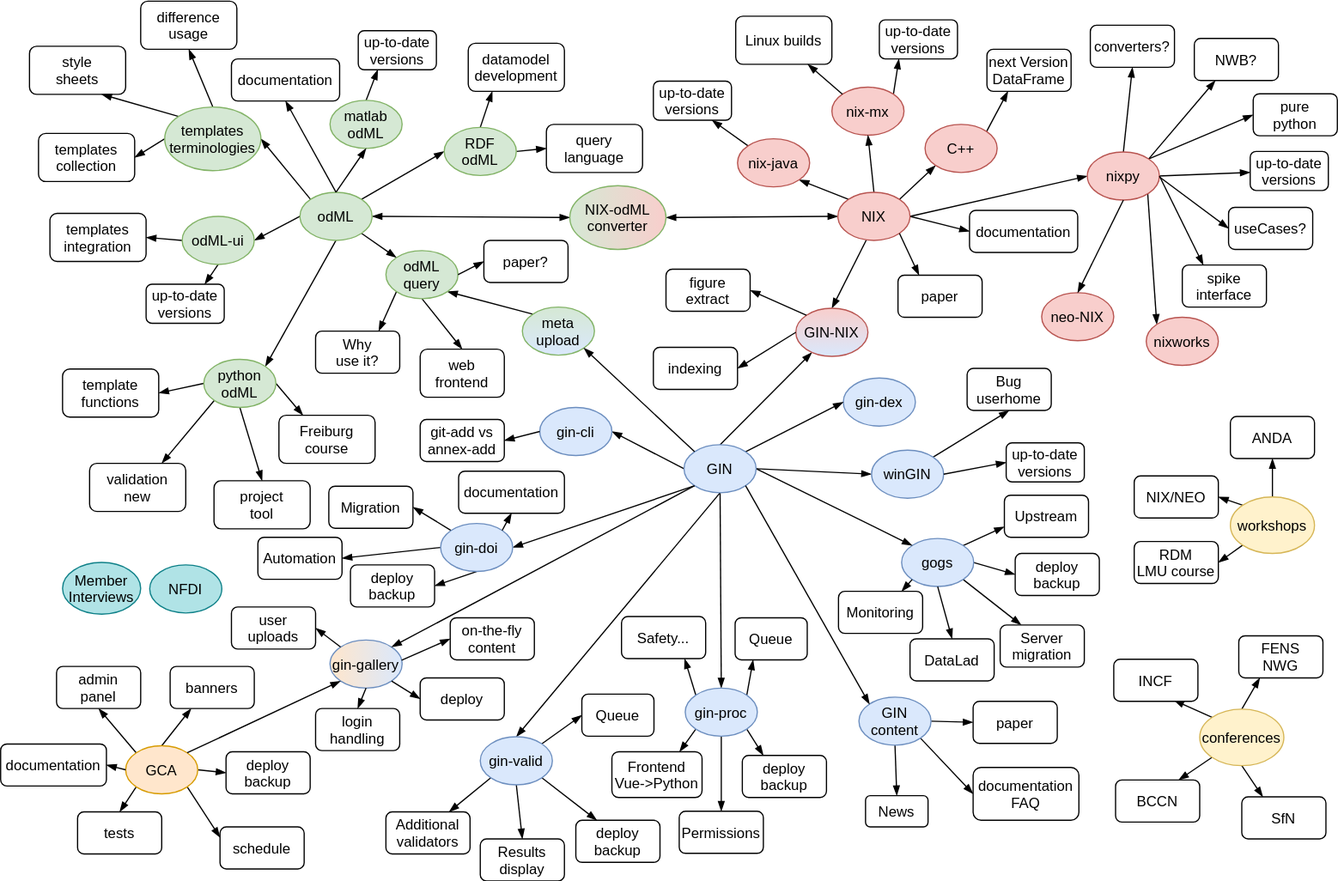
Above: projects_overview/G-Node_project_map.svg in mpsonntag/prodoc (draw.io), before the change. Source tidied: cells renumbered, new cells last; positions are measured from the earlier drawing's top-left corner, leaving out a move shared by most shapes.
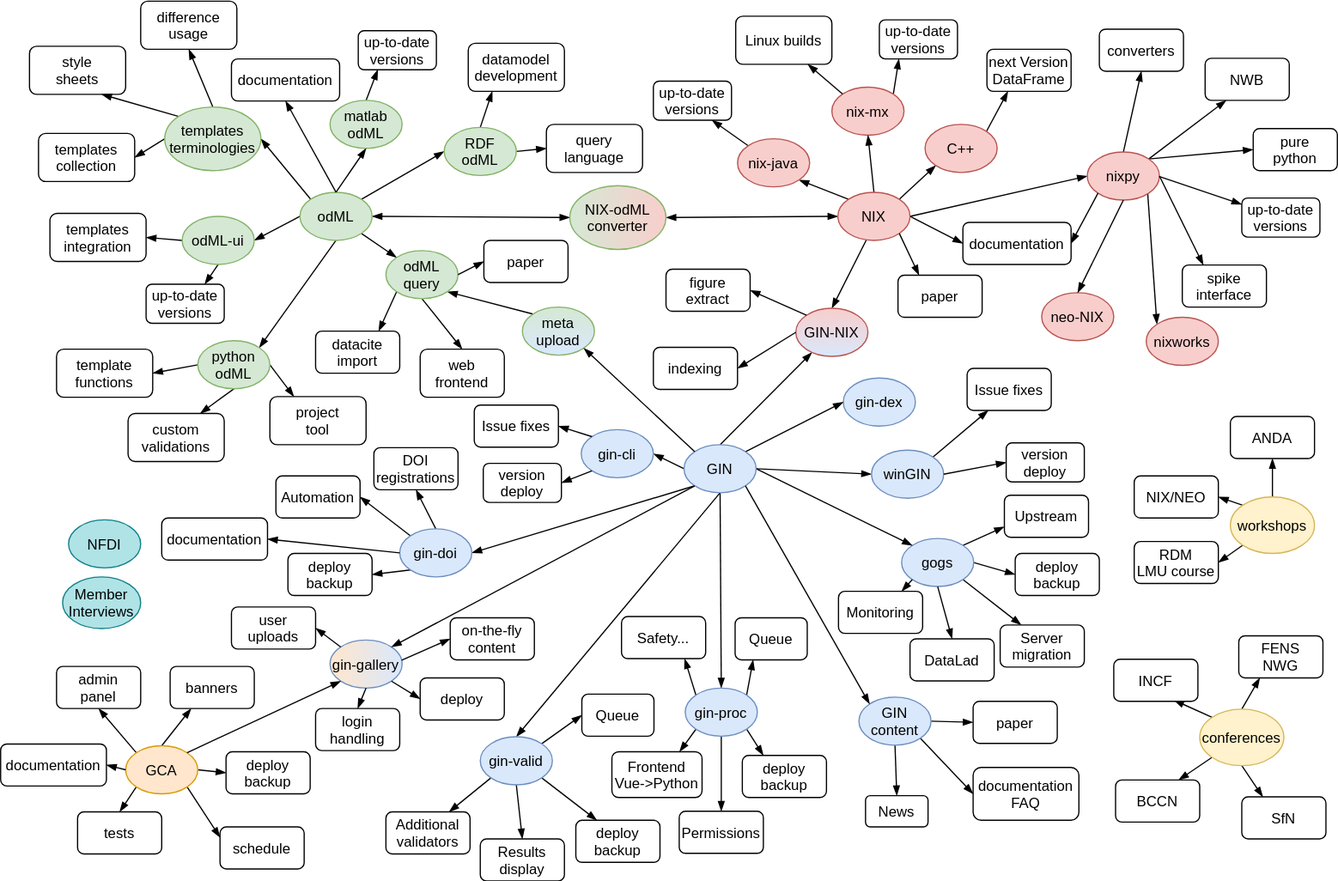
Later version of the same file.

Commit message:
[projects/overview] Update labels

What changed in the source:
```diff
@@ -58,11 +58,6 @@
         <mxPoint x="963" y="145" as="sourcePoint" />
       </mxGeometry>
     </mxCell>
-    <mxCell id="20" style="edgeStyle=none;rounded=0;jettySize=auto;exitX=1;exitY=0.5;exitDx=0;exitDy=0;entryX=0;entryY=0.5;entryDx=0;entryDy=0;endArrow=blockThin;endFill=1;" parent="1" edge="1" target="28">
-      <mxGeometry relative="1" as="geometry">
-        <mxPoint x="963" y="145" as="sourcePoint" />
-      </mxGeometry>
-    </mxCell>
     <mxCell id="21" style="edgeStyle=none;rounded=0;jettySize=auto;exitX=0.5;exitY=0;exitDx=0;exitDy=0;entryX=0.5;entryY=1;entryDx=0;entryDy=0;endArrow=blockThin;endFill=1;" parent="1" edge="1" source="23" target="30">
       <mxGeometry relative="1" as="geometry" />
     </mxCell>
@@ -75,28 +70,25 @@
       <mxGeometry x="904" y="125" width="60" height="40" as="geometry" />
     </mxCell>
     <mxCell id="24" value="up-to-date&#10;versions" style="rounded=1;" parent="1" vertex="1">
-      <mxGeometry x="1039.5" y="124.5" width="65" height="32.5" as="geometry" />
+      <mxGeometry x="1032.5" y="163.2" width="65" height="32.5" as="geometry" />
     </mxCell>
     <mxCell id="25" value="pure&#10;python" style="rounded=1;" parent="1" vertex="1">
-      <mxGeometry x="1042" y="76.5" width="70" height="35" as="geometry" />
+      <mxGeometry x="1042" y="105.5" width="70" height="35" as="geometry" />
     </mxCell>
-    <mxCell id="26" value="NWB?" style="rounded=1;" parent="1" vertex="1">
-      <mxGeometry x="993" y="30.5" width="70" height="35" as="geometry" />
+    <mxCell id="26" value="NWB" style="rounded=1;" parent="1" vertex="1">
+      <mxGeometry x="1002" y="47" width="70" height="35" as="geometry" />
     </mxCell>
     <mxCell id="27" value="paper" style="rounded=1;" parent="1" vertex="1">
       <mxGeometry x="746.5" y="227.5" width="70" height="35" as="geometry" />
     </mxCell>
-    <mxCell id="28" value="useCases?" style="rounded=1;" parent="1" vertex="1">
-      <mxGeometry x="1021.5" y="171" width="70" height="35" as="geometry" />
-    </mxCell>
     <mxCell id="29" value="next Version&#10;DataFrame" style="rounded=1;" parent="1" vertex="1">
       <mxGeometry x="820.5" y="39.5" width="70" height="35" as="geometry" />
     </mxCell>
-    <mxCell id="30" value="converters?" style="rounded=1;" parent="1" vertex="1">
-      <mxGeometry x="906.5" y="19.5" width="70" height="35" as="geometry" />
+    <mxCell id="30" value="converters" style="rounded=1;" parent="1" vertex="1">
+      <mxGeometry x="914" y="22.8" width="70" height="35" as="geometry" />
     </mxCell>
     <mxCell id="31" value="documentation" style="rounded=1;" parent="1" vertex="1">
-      <mxGeometry x="806" y="173.5" width="90" height="35" as="geometry" />
+      <mxGeometry x="800.5" y="183.5" width="90" height="35" as="geometry" />
     </mxCell>
     <mxCell id="32" value="gin-dex" style="ellipse;fillColor=#dae8fc;strokeColor=#6c8ebf;" parent="1" vertex="1">
       <mxGeometry x="701" y="313" width="60" height="40" as="geometry" />
@@ -156,19 +148,19 @@
       <mxGeometry x="769" y="102" width="60" height="40" as="geometry" />
     </mxCell>
     <mxCell id="51" value="gin-cli" style="ellipse;fillColor=#dae8fc;strokeColor=#6c8ebf;" parent="1" vertex="1">
-      <mxGeometry x="448.5" y="337.5" width="60" height="40" as="geometry" />
+      <mxGeometry x="483" y="356" width="60" height="40" as="geometry" />
     </mxCell>
-    <mxCell id="52" style="edgeStyle=none;rounded=0;jettySize=auto;exitX=0;exitY=0.5;exitDx=0;exitDy=0;entryX=1;entryY=0.5;entryDx=0;entryDy=0;endArrow=blockThin;endFill=1;" parent="1" edge="1" source="55" target="150">
+    <mxCell id="52" style="edgeStyle=none;rounded=0;jettySize=auto;exitX=0;exitY=0;exitDx=0;exitDy=0;entryX=1;entryY=0.5;entryDx=0;entryDy=0;endArrow=blockThin;endFill=1;" parent="1" edge="1" source="55" target="150">
       <mxGeometry relative="1" as="geometry" />
     </mxCell>
-    <mxCell id="53" style="edgeStyle=none;rounded=0;jettySize=auto;exitX=0;exitY=0;exitDx=0;exitDy=0;entryX=1;entryY=0.5;entryDx=0;entryDy=0;endArrow=blockThin;endFill=1;" parent="1" edge="1" source="55" target="151">
+    <mxCell id="53" style="edgeStyle=none;rounded=0;jettySize=auto;exitX=0.5;exitY=0;exitDx=0;exitDy=0;entryX=0.5;entryY=1;entryDx=0;entryDy=0;endArrow=blockThin;endFill=1;" parent="1" edge="1" source="55" target="151">
       <mxGeometry relative="1" as="geometry" />
     </mxCell>
-    <mxCell id="54" style="edgeStyle=none;rounded=0;jettySize=auto;exitX=0.5;exitY=1;exitDx=0;exitDy=0;entryX=1;entryY=0.5;entryDx=0;entryDy=0;endArrow=blockThin;endFill=1;" parent="1" edge="1" source="55" target="126">
+    <mxCell id="54" style="edgeStyle=none;rounded=0;jettySize=auto;exitX=0;exitY=1;exitDx=0;exitDy=0;entryX=1;entryY=0.5;entryDx=0;entryDy=0;endArrow=blockThin;endFill=1;" parent="1" edge="1" source="55" target="126">
       <mxGeometry relative="1" as="geometry" />
     </mxCell>
     <mxCell id="55" value="gin-doi" style="ellipse;fillColor=#dae8fc;strokeColor=#6c8ebf;" parent="1" vertex="1">
-      <mxGeometry x="366" y="434" width="60" height="40" as="geometry" />
+      <mxGeometry x="332" y="438.5" width="60" height="40" as="geometry" />
     </mxCell>
     <mxCell id="56" style="edgeStyle=none;rounded=0;jettySize=auto;exitX=1;exitY=0;exitDx=0;exitDy=0;entryX=0;entryY=0.5;entryDx=0;entryDy=0;endArrow=blockThin;endFill=1;" parent="1" edge="1" source="60" target="144">
       <mxGeometry relative="1" as="geometry" />
@@ -230,17 +222,14 @@
     <mxCell id="75" style="edgeStyle=none;rounded=0;jettySize=auto;exitX=0;exitY=0.5;exitDx=0;exitDy=0;startArrow=none;startFill=0;endArrow=blockThin;endFill=1;entryX=1;entryY=0.5;entryDx=0;entryDy=0;" parent="1" edge="1" source="79" target="96">
       <mxGeometry relative="1" as="geometry" />
     </mxCell>
-    <mxCell id="76" style="edgeStyle=none;rounded=0;jettySize=auto;exitX=0;exitY=1;exitDx=0;exitDy=0;entryX=0.75;entryY=0;entryDx=0;entryDy=0;startArrow=none;startFill=0;endArrow=blockThin;endFill=1;" parent="1" edge="1" source="79" target="95">
+    <mxCell id="76" style="edgeStyle=none;rounded=0;jettySize=auto;exitX=0.5;exitY=1;exitDx=0;exitDy=0;entryX=0.75;entryY=0;entryDx=0;entryDy=0;startArrow=none;startFill=0;endArrow=blockThin;endFill=1;" parent="1" edge="1" source="79" target="95">
       <mxGeometry relative="1" as="geometry" />
     </mxCell>
-    <mxCell id="77" style="edgeStyle=none;rounded=0;jettySize=auto;entryX=0.5;entryY=0;entryDx=0;entryDy=0;startArrow=none;startFill=0;endArrow=blockThin;endFill=1;exitX=0.5;exitY=1;exitDx=0;exitDy=0;" parent="1" edge="1" source="79" target="94">
+    <mxCell id="77" style="edgeStyle=none;rounded=0;jettySize=auto;entryX=0.25;entryY=0;entryDx=0;entryDy=0;startArrow=none;startFill=0;endArrow=blockThin;endFill=1;exitX=1;exitY=0.5;exitDx=0;exitDy=0;" parent="1" edge="1" source="79" target="94">
       <mxGeometry relative="1" as="geometry" />
     </mxCell>
-    <mxCell id="78" style="edgeStyle=none;rounded=0;jettySize=auto;exitX=1;exitY=0.5;exitDx=0;exitDy=0;entryX=0.25;entryY=0;entryDx=0;entryDy=0;startArrow=none;startFill=0;endArrow=blockThin;endFill=1;" parent="1" edge="1" source="79" target="160">
-      <mxGeometry relative="1" as="geometry" />
-    </mxCell>
     <mxCell id="79" value="python&#10;odML" style="ellipse;fillColor=#d5e8d4;strokeColor=#82b366;" parent="1" vertex="1">
-      <mxGeometry x="169" y="297.5" width="60" height="40" as="geometry" />
+      <mxGeometry x="164" y="282" width="60" height="40" as="geometry" />
     </mxCell>
     <mxCell id="80" style="edgeStyle=none;rounded=0;jettySize=auto;exitX=0.5;exitY=0;exitDx=0;exitDy=0;entryX=0.25;entryY=1;entryDx=0;entryDy=0;startArrow=none;startFill=0;endArrow=blockThin;endFill=1;" parent="1" edge="1" source="81" target="158">
       <mxGeometry relative="1" as="geometry" />
@@ -285,13 +274,13 @@
       <mxGeometry x="24" y="37" width="80" height="40" as="geometry" />
     </mxCell>
     <mxCell id="94" value="project&#10;tool" style="rounded=1;" parent="1" vertex="1">
-      <mxGeometry x="177.5" y="398.5" width="80" height="40" as="geometry" />
+      <mxGeometry x="224" y="328.5" width="80" height="40" as="geometry" />
     </mxCell>
-    <mxCell id="95" value="validation&#10;new" style="rounded=1;" parent="1" vertex="1">
-      <mxGeometry x="74" y="384" width="80" height="40" as="geometry" />
+    <mxCell id="95" value="custom&#10;validations" style="rounded=1;" parent="1" vertex="1">
+      <mxGeometry x="106" y="342.5" width="80" height="40" as="geometry" />
     </mxCell>
     <mxCell id="96" value="template&#10;functions" style="rounded=1;" parent="1" vertex="1">
-      <mxGeometry x="51.5" y="305.5" width="80" height="40" as="geometry" />
+      <mxGeometry x="46.5" y="289" width="80" height="40" as="geometry" />
     </mxCell>
     <mxCell id="97" style="edgeStyle=none;rounded=0;jettySize=auto;exitX=0.5;exitY=0;exitDx=0;exitDy=0;entryX=0.5;entryY=1;entryDx=0;entryDy=0;endArrow=blockThin;endFill=1;" parent="1" edge="1" source="74" target="81">
       <mxGeometry relative="1" as="geometry" />
@@ -321,7 +310,7 @@
       <mxGeometry x="151" y="178.5" width="60" height="40" as="geometry" />
     </mxCell>
     <mxCell id="106" value="NFDI" style="ellipse;fillColor=#b0e3e6;strokeColor=#0e8088;" parent="1" vertex="1">
-      <mxGeometry x="124" y="468.5" width="60" height="40" as="geometry" />
+      <mxGeometry x="56.5" y="431" width="60" height="40" as="geometry" />
     </mxCell>
     <mxCell id="107" style="edgeStyle=none;rounded=0;jettySize=auto;exitX=0.5;exitY=0;exitDx=0;exitDy=0;entryX=0.25;entryY=1;entryDx=0;entryDy=0;endArrow=blockThin;endFill=1;" parent="1" edge="1" source="111" target="132">
       <mxGeometry relative="1" as="geometry" />
@@ -381,7 +370,7 @@
       <mxGeometry x="844" y="459" width="70" height="35" as="geometry" />
     </mxCell>
     <mxCell id="126" value="deploy&#10;backup" style="rounded=1;" parent="1" vertex="1">
-      <mxGeometry x="291" y="468.5" width="70" height="35" as="geometry" />
+      <mxGeometry x="239" y="459" width="70" height="35" as="geometry" />
     </mxCell>
     <mxCell id="127" value="deploy&#10;backup" style="rounded=1;" parent="1" vertex="1">
       <mxGeometry x="478.5" y="681" width="70" height="35" as="geometry" />
@@ -420,15 +409,15 @@
       <mxGeometry x="943" y="449" width="70" height="35" as="geometry" />
     </mxCell>
     <mxCell id="139" value="Member&#10;Interviews" style="ellipse;fillColor=#b0e3e6;strokeColor=#0e8088;spacing=0;" parent="1" vertex="1">
-      <mxGeometry x="51.5" y="466.5" width="65" height="43" as="geometry" />
+      <mxGeometry x="51.5" y="478.5" width="65" height="43" as="geometry" />
     </mxCell>
-    <mxCell id="140" style="edgeStyle=none;rounded=0;jettySize=auto;exitX=1;exitY=0;exitDx=0;exitDy=0;entryX=0.5;entryY=1;entryDx=0;entryDy=0;endArrow=blockThin;endFill=1;" parent="1" edge="1" source="141" target="142">
+    <mxCell id="140" style="edgeStyle=none;rounded=0;jettySize=auto;exitX=1;exitY=0;exitDx=0;exitDy=0;entryX=0.25;entryY=1;entryDx=0;entryDy=0;endArrow=blockThin;endFill=1;" parent="1" edge="1" source="141" target="142">
       <mxGeometry relative="1" as="geometry" />
     </mxCell>
     <mxCell id="141" value="winGIN" style="ellipse;fillColor=#dae8fc;strokeColor=#6c8ebf;" parent="1" vertex="1">
       <mxGeometry x="724.5" y="373" width="60" height="40" as="geometry" />
     </mxCell>
-    <mxCell id="142" value="Bug&#10;userhome" style="rounded=1;" parent="1" vertex="1">
+    <mxCell id="142" value="Issue fixes" style="rounded=1;" parent="1" vertex="1">
       <mxGeometry x="804" y="305" width="70" height="35" as="geometry" />
     </mxCell>
     <mxCell id="143" value="Queue" style="rounded=1;" parent="1" vertex="1">
@@ -449,14 +438,14 @@
     <mxCell id="148" value="Results&#10;display" style="rounded=1;" parent="1" vertex="1">
       <mxGeometry x="399" y="696.5" width="70" height="35" as="geometry" />
     </mxCell>
-    <mxCell id="149" value="Why&#10;use it?" style="rounded=1;" parent="1" vertex="1">
+    <mxCell id="149" value="datacite&#10;import" style="rounded=1;" parent="1" vertex="1">
       <mxGeometry x="262" y="274" width="70" height="35" as="geometry" />
     </mxCell>
     <mxCell id="150" value="Automation" style="rounded=1;" parent="1" vertex="1">
-      <mxGeometry x="214" y="445.5" width="70" height="35" as="geometry" />
+      <mxGeometry x="229" y="394.5" width="70" height="35" as="geometry" />
     </mxCell>
-    <mxCell id="151" value="Migration" style="rounded=1;" parent="1" vertex="1">
-      <mxGeometry x="273" y="403" width="70" height="35" as="geometry" />
+    <mxCell id="151" value="DOI&#10;registrations" style="rounded=1;" parent="1" vertex="1">
+      <mxGeometry x="310.5" y="371" width="70" height="35" as="geometry" />
     </mxCell>
     <mxCell id="152" value="Upstream" style="rounded=1;" parent="1" vertex="1">
       <mxGeometry x="835" y="410.5" width="70" height="35" as="geometry" />
@@ -482,9 +471,6 @@
     <mxCell id="159" value="difference&#10;usage" style="rounded=1;" parent="1" vertex="1">
       <mxGeometry x="116.5" y="-0.5" width="80" height="40" as="geometry" />
     </mxCell>
-    <mxCell id="160" value="Freiburg&#10;course" style="rounded=1;" parent="1" vertex="1">
-      <mxGeometry x="231.5" y="344" width="80" height="40" as="geometry" />
-    </mxCell>
     <mxCell id="161" value="up-to-date&#10;versions" style="rounded=1;" parent="1" vertex="1">
       <mxGeometry x="121" y="235" width="65" height="32.5" as="geometry" />
     </mxCell>
@@ -497,10 +483,7 @@
     <mxCell id="164" style="edgeStyle=none;rounded=0;jettySize=auto;exitX=0.5;exitY=1;exitDx=0;exitDy=0;entryX=0.5;entryY=0;entryDx=0;entryDy=0;endArrow=blockThin;endFill=1;" parent="1" edge="1" source="23" target="163">
       <mxGeometry relative="1" as="geometry" />
     </mxCell>
-    <mxCell id="165" value="git-add vs&#10;annex-add" style="rounded=1;" parent="1" vertex="1">
-      <mxGeometry x="349" y="347.5" width="70" height="35" as="geometry" />
-    </mxCell>
-    <mxCell id="166" style="edgeStyle=none;rounded=0;jettySize=auto;exitX=0;exitY=0.5;exitDx=0;exitDy=0;entryX=1;entryY=0.5;entryDx=0;entryDy=0;endArrow=blockThin;endFill=1;" parent="1" edge="1" source="51" target="165">
+    <mxCell id="166" style="edgeStyle=none;rounded=0;jettySize=auto;exitX=0;exitY=0;exitDx=0;exitDy=0;entryX=1;entryY=0.5;entryDx=0;entryDy=0;endArrow=blockThin;endFill=1;" parent="1" edge="1" source="51" target="204">
       <mxGeometry relative="1" as="geometry" />
     </mxCell>
     <mxCell id="167" value="DataLad" style="rounded=1;" parent="1" vertex="1">
@@ -533,7 +516,7 @@
     <mxCell id="176" style="edgeStyle=none;rounded=0;jettySize=auto;exitX=0;exitY=0.5;exitDx=0;exitDy=0;entryX=1;entryY=0.5;entryDx=0;entryDy=0;endArrow=blockThin;endFill=1;" parent="1" edge="1" source="173" target="174">
       <mxGeometry relative="1" as="geometry" />
     </mxCell>
-    <mxCell id="177" value="up-to-date&#10;versions" style="rounded=1;" parent="1" vertex="1">
+    <mxCell id="177" value="version&#10;deploy" style="rounded=1;" parent="1" vertex="1">
       <mxGeometry x="836.5" y="367" width="65" height="32.5" as="geometry" />
     </mxCell>
     <mxCell id="178" style="edgeStyle=none;rounded=0;jettySize=auto;exitX=1;exitY=0.5;exitDx=0;exitDy=0;entryX=0;entryY=0.5;entryDx=0;entryDy=0;endArrow=blockThin;endFill=1;" parent="1" edge="1" source="141" target="177">
@@ -545,7 +528,7 @@
     <mxCell id="180" value="nixworks" style="ellipse;fillColor=#f8cecc;strokeColor=#b85450;" parent="1" vertex="1">
       <mxGeometry x="953" y="262.5" width="60" height="40" as="geometry" />
     </mxCell>
-    <mxCell id="181" value="paper?" style="rounded=1;" parent="1" vertex="1">
+    <mxCell id="181" value="paper" style="rounded=1;" parent="1" vertex="1">
       <mxGeometry x="402" y="198.5" width="70" height="35" as="geometry" />
     </mxCell>
     <mxCell id="182" style="edgeStyle=none;rounded=0;jettySize=auto;exitX=1;exitY=0.5;exitDx=0;exitDy=0;entryX=0;entryY=0.5;entryDx=0;entryDy=0;startArrow=none;startFill=0;endArrow=blockThin;endFill=1;" parent="1" edge="1" source="88" target="181">
@@ -603,9 +586,9 @@
       <mxGeometry relative="1" as="geometry" />
     </mxCell>
     <mxCell id="200" value="documentation" style="rounded=1;" parent="1" vertex="1">
-      <mxGeometry x="381" y="390.5" width="88" height="35" as="geometry" />
+      <mxGeometry x="134" y="429.5" width="88" height="35" as="geometry" />
     </mxCell>
-    <mxCell id="201" style="edgeStyle=none;rounded=0;jettySize=auto;exitX=1;exitY=0;exitDx=0;exitDy=0;entryX=0.5;entryY=1;entryDx=0;entryDy=0;endArrow=blockThin;endFill=1;" parent="1" edge="1" source="55" target="200">
+    <mxCell id="201" style="edgeStyle=none;rounded=0;jettySize=auto;exitX=0;exitY=0.5;exitDx=0;exitDy=0;entryX=1;entryY=0.5;entryDx=0;entryDy=0;endArrow=blockThin;endFill=1;" parent="1" edge="1" source="55" target="200">
       <mxGeometry relative="1" as="geometry" />
     </mxCell>
     <mxCell id="202" value="documentation" style="rounded=1;" parent="1" vertex="1">
@@ -614,5 +597,17 @@
     <mxCell id="203" style="edgeStyle=none;rounded=0;jettySize=auto;exitX=0.5;exitY=0;exitDx=0;exitDy=0;entryX=0.5;entryY=1;entryDx=0;entryDy=0;startArrow=none;startFill=0;endArrow=blockThin;endFill=1;" parent="1" edge="1" source="74" target="202">
       <mxGeometry relative="1" as="geometry" />
     </mxCell>
+    <mxCell id="204" value="Issue fixes" style="rounded=1;" parent="1" vertex="1">
+      <mxGeometry x="394" y="335.5" width="70" height="35" as="geometry" />
+    </mxCell>
+    <mxCell id="205" value="version&#10;deploy" style="rounded=1;" parent="1" vertex="1">
+      <mxGeometry x="401.5" y="384" width="65" height="32.5" as="geometry" />
+    </mxCell>
+    <mxCell id="206" style="edgeStyle=none;rounded=0;jettySize=auto;exitX=0;exitY=1;exitDx=0;exitDy=0;entryX=1;entryY=0.5;entryDx=0;entryDy=0;endArrow=blockThin;endFill=1;" parent="1" edge="1" source="51" target="205">
+      <mxGeometry relative="1" as="geometry" />
+    </mxCell>
+    <mxCell id="207" style="edgeStyle=none;rounded=0;jettySize=auto;exitX=0;exitY=1;exitDx=0;exitDy=0;entryX=1;entryY=0.5;entryDx=0;entryDy=0;endArrow=blockThin;endFill=1;" parent="1" edge="1" source="23" target="31">
+      <mxGeometry relative="1" as="geometry" />
+    </mxCell>
   </root>
 </mxGraphModel>
```
